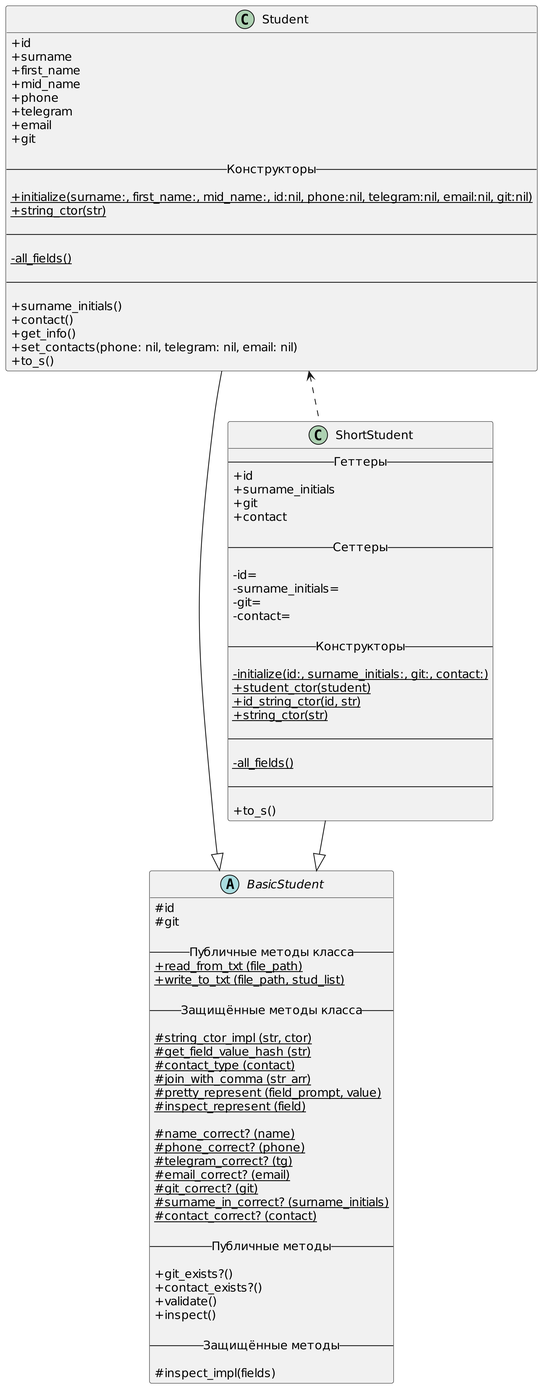
Above: LR2/uml/uml.png in wintttr/OOP (PlantUML), before the change.
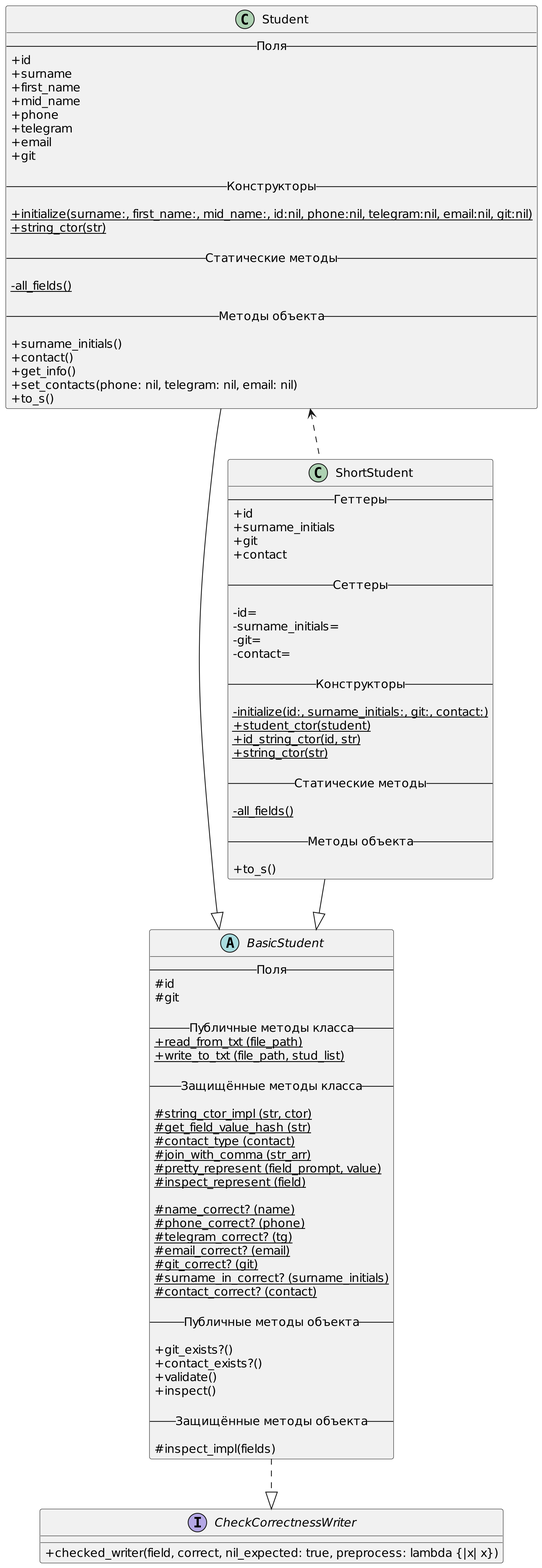
After the commit.

Commit message:
Поправил UML диаграмму

The edit, as a diff of the source:
```diff
@@ -3,6 +3,7 @@
 skinparam dpi 300
 
 abstract class BasicStudent {
+	-- Поля --
 	{field} # id
 	{field} # git
 
@@ -27,19 +28,20 @@
 	{static} # surname_in_correct? (surname_initials)
 	{static} # contact_correct? (contact)
 
-	-- Публичные методы --
+	-- Публичные методы объекта --
 
 	{method} + git_exists?()
 	{method} + contact_exists?()
 	{method} + validate()
 	{method} + inspect()
 
-	-- Защищённые методы --
+	-- Защищённые методы объекта --
 
 	{method} # inspect_impl(fields)
 }
 
 class Student {
+	-- Поля --
 	{field} + id
 	{field} + surname
 	{field} + first_name
@@ -54,11 +56,11 @@
 	{static} + initialize(surname:, first_name:, mid_name:, id:nil, phone:nil, telegram:nil, email:nil, git:nil)
 	{static} + string_ctor(str)
 
-	--
+	-- Статические методы --
 
 	{static} - all_fields()
 
-	--
+	-- Методы объекта --
 
 	{method} + surname_initials()
 	{method} + contact()
@@ -88,15 +90,20 @@
 	{static} + id_string_ctor(id, str)
 	{static} + string_ctor(str)
 
-	--
+	-- Статические методы --
 
 	{static} - all_fields()
 
-	--
+	-- Методы объекта --
 
 	{method} + to_s()
 }
 
+interface CheckCorrectnessWriter {
+	{method} + checked_writer(field, correct, nil_expected: true, preprocess: lambda {|x| x})
+}
+
+BasicStudent ..|> CheckCorrectnessWriter
 Student --|> BasicStudent
 ShortStudent --|> BasicStudent
 Student <.. ShortStudent
```
